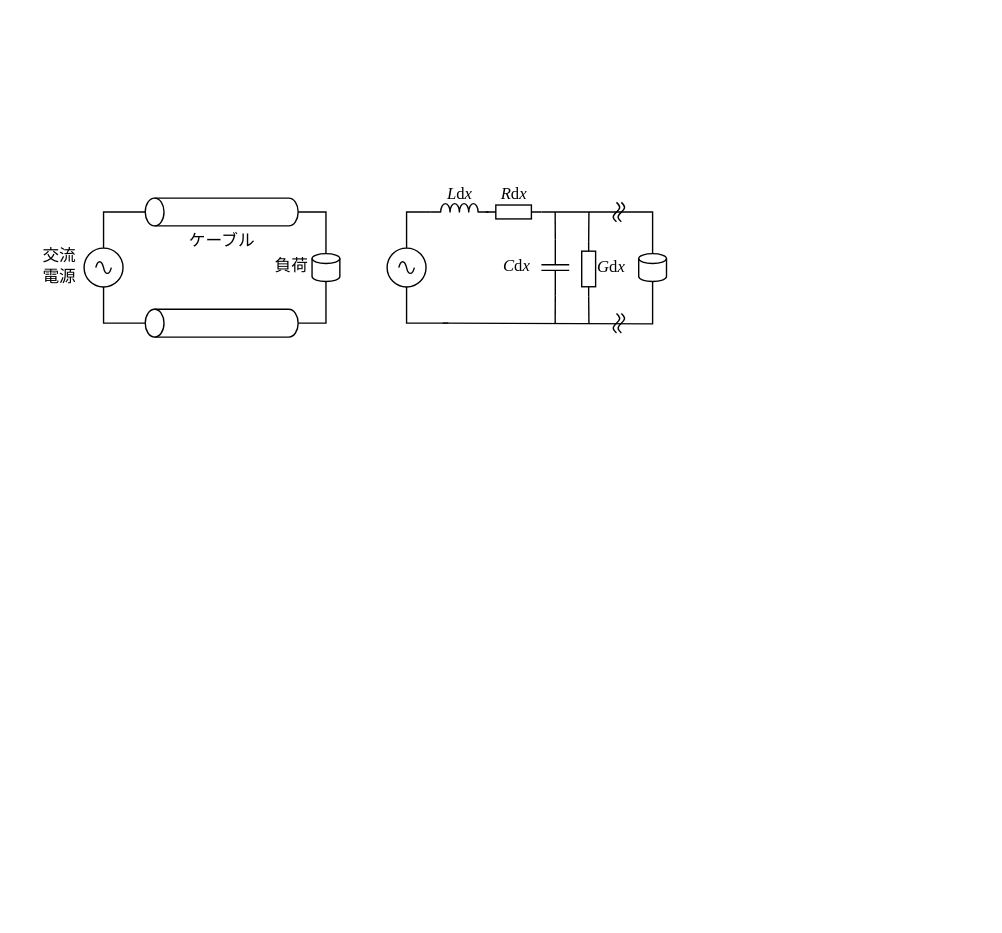
kuma003/physics_experiment_2 keeps this draw.io diagram as 5/img/imgs.drawio. Above is the earlier version. Source tidied: cells renumbered, new cells numbered last; positions are measured from the earlier drawing's top-left corner, leaving out a move shared by most shapes. Both pictures are drawn from the tidied source at 139%, with x=0, y=0 at pixel (24, 135).
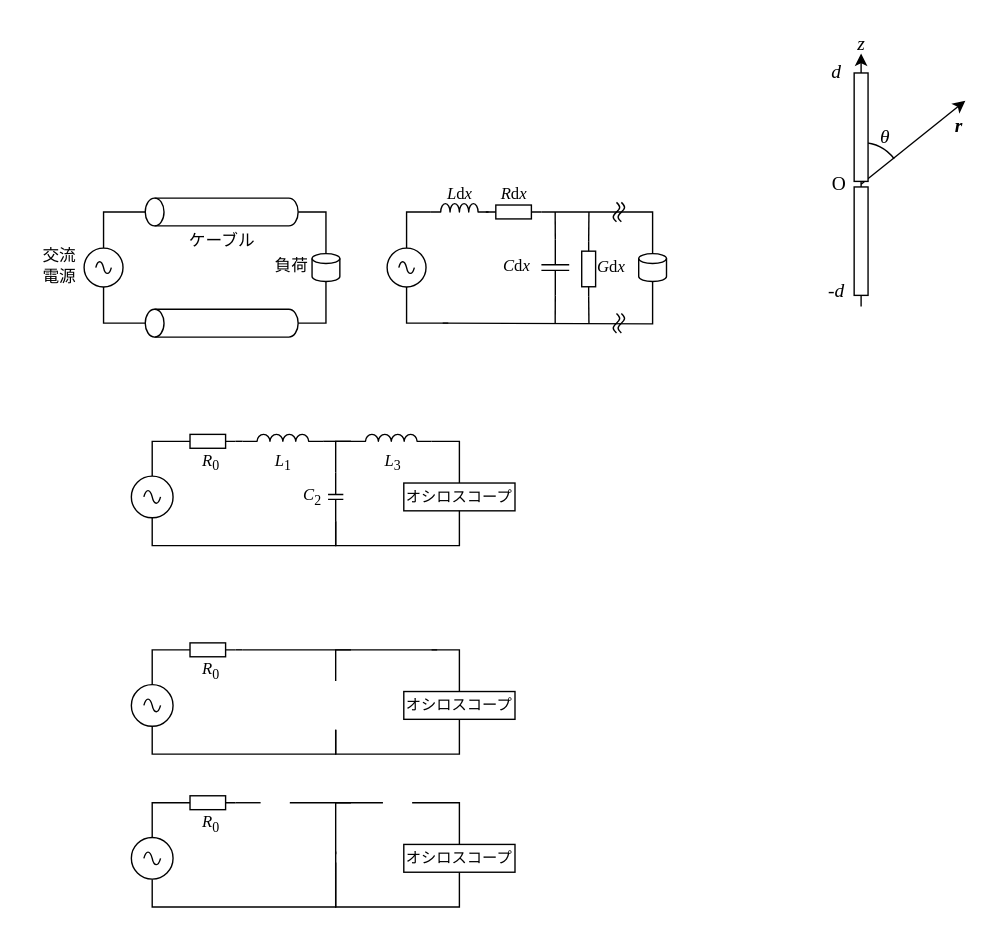
After the change.

What changed in the source:
```diff
@@
+    <mxCell id="35" style="endArrow=classic;html=1;rounded=0;" parent="1" edge="1">
+      <mxGeometry relative="1" as="geometry">
+        <mxPoint x="602" y="35" as="sourcePoint" />
+        <mxPoint x="677" y="-25" as="targetPoint" />
+      </mxGeometry>
+    </mxCell>
+    <mxCell id="36" style="verticalLabelPosition=bottom;verticalAlign=top;html=1;shape=mxgraph.basic.arc;startAngle=0.004243126228369242;endAngle=0.14564279991992365;" parent="1" vertex="1">
+      <mxGeometry x="572" y="5" width="60" height="60" as="geometry" />
+    </mxCell>
+    <mxCell id="37" style="endArrow=classic;html=1;rounded=0;" parent="1" edge="1">
+      <mxGeometry relative="1" as="geometry">
+        <mxPoint x="602" y="123" as="sourcePoint" />
+        <mxPoint x="602" y="-59" as="targetPoint" />
+      </mxGeometry>
+    </mxCell>
@@
+    <mxCell id="38" style="rounded=0;whiteSpace=wrap;html=1;" parent="1" vertex="1">
+      <mxGeometry x="597" y="-45" width="10" height="78" as="geometry" />
+    </mxCell>
+    <mxCell id="39" style="rounded=0;whiteSpace=wrap;html=1;" parent="1" vertex="1">
+      <mxGeometry x="597" y="37" width="10" height="78" as="geometry" />
+    </mxCell>
+    <mxCell id="40" value="&lt;i&gt;&lt;font style=&quot;font-size: 14px;&quot; face=&quot;Times New Roman&quot;&gt;z&lt;/font&gt;&lt;/i&gt;" style="text;html=1;align=center;verticalAlign=middle;strokeColor=none;fillColor=none;" parent="1" vertex="1">
+      <mxGeometry x="587" y="-80" width="30" height="30" as="geometry" />
+    </mxCell>
+    <mxCell id="41" value="&lt;font style=&quot;font-size: 14px;&quot; face=&quot;Times New Roman&quot;&gt;&lt;i&gt;θ&lt;/i&gt;&lt;/font&gt;" style="text;html=1;align=center;verticalAlign=middle;strokeColor=none;fillColor=none;" parent="1" vertex="1">
+      <mxGeometry x="604" y="-13" width="30" height="30" as="geometry" />
+    </mxCell>
+    <mxCell id="42" value="&lt;font style=&quot;font-size: 14px;&quot; face=&quot;Times New Roman&quot;&gt;&lt;i&gt;&lt;b&gt;r&lt;/b&gt;&lt;/i&gt;&lt;/font&gt;" style="text;html=1;align=center;verticalAlign=middle;strokeColor=none;fillColor=none;" parent="1" vertex="1">
+      <mxGeometry x="657" y="-21" width="30" height="30" as="geometry" />
+    </mxCell>
+    <mxCell id="43" value="&lt;font style=&quot;font-size: 14px;&quot; face=&quot;Times New Roman&quot;&gt;&lt;i&gt;d&lt;/i&gt;&lt;/font&gt;" style="text;html=1;align=center;verticalAlign=middle;strokeColor=none;fillColor=none;" parent="1" vertex="1">
+      <mxGeometry x="569" y="-60" width="30" height="30" as="geometry" />
+    </mxCell>
+    <mxCell id="44" value="&lt;font style=&quot;font-size: 14px;&quot; face=&quot;Times New Roman&quot;&gt;-&lt;i&gt;d&lt;/i&gt;&lt;/font&gt;" style="text;html=1;align=center;verticalAlign=middle;strokeColor=none;fillColor=none;" parent="1" vertex="1">
+      <mxGeometry x="564" y="98" width="40" height="30" as="geometry" />
+    </mxCell>
+    <mxCell id="45" value="&lt;font face=&quot;Times New Roman&quot;&gt;&lt;span style=&quot;font-size: 14px;&quot;&gt;O&lt;/span&gt;&lt;/font&gt;" style="text;html=1;align=center;verticalAlign=middle;strokeColor=none;fillColor=none;" parent="1" vertex="1">
+      <mxGeometry x="571" y="21" width="30" height="30" as="geometry" />
+    </mxCell>
+    <mxCell id="46" style="verticalLabelPosition=bottom;shadow=0;dashed=0;align=center;html=1;verticalAlign=top;shape=mxgraph.electrical.signal_sources.source;points=[[0.5,0,0],[1,0.5,0],[0.5,1,0],[0,0.5,0]];elSignalType=ac;" parent="1" vertex="1">
+      <mxGeometry x="77" y="245" width="30" height="30" as="geometry" />
+    </mxCell>
+    <mxCell id="47" style="verticalLabelPosition=bottom;shadow=0;dashed=0;align=center;html=1;verticalAlign=top;shape=mxgraph.electrical.resistors.resistor_1;" parent="1" vertex="1">
+      <mxGeometry x="112" y="215" width="40" height="10" as="geometry" />
+    </mxCell>
+    <mxCell id="48" style="edgeStyle=orthogonalEdgeStyle;rounded=0;jettySize=auto;html=1;entryX=0.5;entryY=0;entryDx=0;entryDy=0;entryPerimeter=0;endArrow=none;endFill=0;" parent="1" edge="1" source="47" target="46">
+      <mxGeometry relative="1" as="geometry" />
+    </mxCell>
+    <mxCell id="49" style="rounded=0;jettySize=auto;html=1;exitX=1;exitY=0.5;exitDx=0;exitDy=0;exitPerimeter=0;entryX=0;entryY=1;entryDx=0;entryDy=0;entryPerimeter=0;endArrow=none;endFill=0;" parent="1" edge="1" source="47" target="50">
+      <mxGeometry relative="1" as="geometry" />
+    </mxCell>
+    <mxCell id="50" style="verticalLabelPosition=bottom;shadow=0;dashed=0;align=center;html=1;verticalAlign=top;shape=mxgraph.electrical.inductors.inductor_3;" parent="1" vertex="1">
+      <mxGeometry x="157" y="215" width="58" height="5" as="geometry" />
+    </mxCell>
+    <mxCell id="51" style="edgeStyle=orthogonalEdgeStyle;rounded=0;jettySize=auto;html=1;exitX=1;exitY=1;exitDx=0;exitDy=0;exitPerimeter=0;entryX=0.5;entryY=0;entryDx=0;entryDy=0;endArrow=none;endFill=0;" parent="1" edge="1" source="52" target="57">
+      <mxGeometry relative="1" as="geometry" />
+    </mxCell>
+    <mxCell id="52" style="verticalLabelPosition=bottom;shadow=0;dashed=0;align=center;html=1;verticalAlign=top;shape=mxgraph.electrical.inductors.inductor_3;" parent="1" vertex="1">
+      <mxGeometry x="235" y="215" width="58" height="5" as="geometry" />
+    </mxCell>
+    <mxCell id="53" style="edgeStyle=orthogonalEdgeStyle;rounded=0;jettySize=auto;html=1;exitX=1;exitY=1;exitDx=0;exitDy=0;exitPerimeter=0;entryX=0;entryY=1;entryDx=0;entryDy=0;entryPerimeter=0;endArrow=none;endFill=0;" parent="1" edge="1" source="50" target="52">
+      <mxGeometry relative="1" as="geometry" />
+    </mxCell>
+    <mxCell id="54" style="rounded=0;jettySize=auto;html=1;endArrow=none;endFill=0;exitX=0;exitY=0.5;exitDx=0;exitDy=0;exitPerimeter=0;entryX=0;entryY=1;entryDx=0;entryDy=0;entryPerimeter=0;" parent="1" edge="1" source="55" target="52">
+      <mxGeometry relative="1" as="geometry">
+        <Array as="points">
+          <mxPoint x="224" y="220" />
+        </Array>
+      </mxGeometry>
+    </mxCell>
+    <mxCell id="55" style="verticalLabelPosition=bottom;shadow=0;dashed=0;align=center;html=1;verticalAlign=top;shape=mxgraph.electrical.capacitors.capacitor_1;rotation=90;" parent="1" vertex="1">
+      <mxGeometry x="206.5" y="254.5" width="35" height="11" as="geometry" />
+    </mxCell>
+    <mxCell id="56" style="edgeStyle=orthogonalEdgeStyle;rounded=0;jettySize=auto;html=1;exitX=0.5;exitY=1;exitDx=0;exitDy=0;exitPerimeter=0;entryX=1;entryY=0.5;entryDx=0;entryDy=0;entryPerimeter=0;endArrow=none;endFill=0;" parent="1" edge="1" source="46" target="55">
+      <mxGeometry relative="1" as="geometry" />
+    </mxCell>
+    <mxCell id="57" value="&lt;font style=&quot;font-size: 11px;&quot;&gt;オシロスコープ&lt;/font&gt;" style="rounded=0;whiteSpace=wrap;html=1;" parent="1" vertex="1">
+      <mxGeometry x="273" y="250" width="80" height="20" as="geometry" />
+    </mxCell>
+    <mxCell id="58" style="edgeStyle=orthogonalEdgeStyle;rounded=0;jettySize=auto;html=1;entryX=1;entryY=0.5;entryDx=0;entryDy=0;entryPerimeter=0;endArrow=none;endFill=0;" parent="1" edge="1" source="57" target="55">
+      <mxGeometry relative="1" as="geometry">
+        <Array as="points">
+          <mxPoint x="313" y="295" />
+          <mxPoint x="224" y="295" />
+        </Array>
+      </mxGeometry>
+    </mxCell>
+    <mxCell id="59" value="&lt;font face=&quot;Times New Roman&quot;&gt;&lt;i&gt;R&lt;/i&gt;&lt;sub&gt;0&lt;/sub&gt;&lt;/font&gt;" style="text;html=1;align=center;verticalAlign=middle;strokeColor=none;fillColor=none;" parent="1" vertex="1">
+      <mxGeometry x="114" y="220" width="40" height="30" as="geometry" />
+    </mxCell>
+    <mxCell id="60" value="&lt;font face=&quot;Times New Roman&quot;&gt;&lt;i&gt;L&lt;/i&gt;&lt;sub&gt;1&lt;/sub&gt;&lt;/font&gt;" style="text;html=1;align=center;verticalAlign=middle;strokeColor=none;fillColor=none;" parent="1" vertex="1">
+      <mxGeometry x="166" y="220" width="40" height="30" as="geometry" />
+    </mxCell>
+    <mxCell id="61" value="&lt;font face=&quot;Times New Roman&quot;&gt;&lt;i&gt;L&lt;/i&gt;&lt;sub&gt;3&lt;/sub&gt;&lt;/font&gt;" style="text;html=1;align=center;verticalAlign=middle;strokeColor=none;fillColor=none;" parent="1" vertex="1">
+      <mxGeometry x="245" y="220" width="40" height="30" as="geometry" />
+    </mxCell>
+    <mxCell id="62" value="&lt;font face=&quot;Times New Roman&quot;&gt;&lt;i&gt;C&lt;/i&gt;&lt;sub&gt;2&lt;/sub&gt;&lt;/font&gt;" style="text;html=1;align=center;verticalAlign=middle;strokeColor=none;fillColor=none;" parent="1" vertex="1">
+      <mxGeometry x="187" y="245" width="40" height="30" as="geometry" />
+    </mxCell>
+    <mxCell id="63" style="verticalLabelPosition=bottom;shadow=0;dashed=0;align=center;html=1;verticalAlign=top;shape=mxgraph.electrical.signal_sources.source;points=[[0.5,0,0],[1,0.5,0],[0.5,1,0],[0,0.5,0]];elSignalType=ac;" parent="1" vertex="1">
+      <mxGeometry x="77" y="395" width="30" height="30" as="geometry" />
+    </mxCell>
+    <mxCell id="64" style="verticalLabelPosition=bottom;shadow=0;dashed=0;align=center;html=1;verticalAlign=top;shape=mxgraph.electrical.resistors.resistor_1;" parent="1" vertex="1">
+      <mxGeometry x="112" y="365" width="40" height="10" as="geometry" />
+    </mxCell>
+    <mxCell id="65" style="edgeStyle=orthogonalEdgeStyle;rounded=0;jettySize=auto;html=1;entryX=0.5;entryY=0;entryDx=0;entryDy=0;entryPerimeter=0;endArrow=none;endFill=0;" parent="1" edge="1" source="64" target="63">
+      <mxGeometry relative="1" as="geometry" />
+    </mxCell>
+    <mxCell id="66" style="rounded=0;jettySize=auto;html=1;exitX=1;exitY=0.5;exitDx=0;exitDy=0;exitPerimeter=0;entryX=0;entryY=1;entryDx=0;entryDy=0;entryPerimeter=0;endArrow=none;endFill=0;" parent="1" edge="1" source="64">
+      <mxGeometry relative="1" as="geometry">
+        <mxPoint x="157" y="370" as="targetPoint" />
+      </mxGeometry>
+    </mxCell>
+    <mxCell id="67" style="edgeStyle=orthogonalEdgeStyle;rounded=0;jettySize=auto;html=1;exitX=1;exitY=1;exitDx=0;exitDy=0;exitPerimeter=0;entryX=0.5;entryY=0;entryDx=0;entryDy=0;endArrow=none;endFill=0;" parent="1" edge="1" target="71">
+      <mxGeometry relative="1" as="geometry">
+        <mxPoint x="293" y="370" as="sourcePoint" />
+      </mxGeometry>
+    </mxCell>
+    <mxCell id="68" style="edgeStyle=orthogonalEdgeStyle;rounded=0;orthogonalLoop=1;jettySize=auto;html=1;endArrow=none;endFill=0;" parent="1" edge="1">
+      <mxGeometry relative="1" as="geometry">
+        <mxPoint x="157" y="370" as="sourcePoint" />
+        <mxPoint x="297" y="370" as="targetPoint" />
+      </mxGeometry>
+    </mxCell>
+    <mxCell id="69" style="rounded=0;orthogonalLoop=1;jettySize=auto;html=1;endArrow=none;endFill=0;exitX=0;exitY=0.5;exitDx=0;exitDy=0;exitPerimeter=0;entryX=0;entryY=1;entryDx=0;entryDy=0;entryPerimeter=0;" parent="1" edge="1">
+      <mxGeometry relative="1" as="geometry">
+        <mxPoint x="224" y="392.5" as="sourcePoint" />
+        <mxPoint x="235" y="370" as="targetPoint" />
+        <Array as="points">
+          <mxPoint x="224" y="370" />
+        </Array>
+      </mxGeometry>
+    </mxCell>
+    <mxCell id="70" style="edgeStyle=orthogonalEdgeStyle;rounded=0;jettySize=auto;html=1;exitX=0.5;exitY=1;exitDx=0;exitDy=0;exitPerimeter=0;entryX=1;entryY=0.5;entryDx=0;entryDy=0;entryPerimeter=0;endArrow=none;endFill=0;" parent="1" edge="1" source="63">
+      <mxGeometry relative="1" as="geometry">
+        <mxPoint x="224" y="427.5" as="targetPoint" />
+        <Array as="points">
+          <mxPoint x="92" y="445" />
+          <mxPoint x="224" y="445" />
+        </Array>
+      </mxGeometry>
+    </mxCell>
+    <mxCell id="71" value="&lt;font style=&quot;font-size: 11px;&quot;&gt;オシロスコープ&lt;/font&gt;" style="rounded=0;whiteSpace=wrap;html=1;" parent="1" vertex="1">
+      <mxGeometry x="273" y="400" width="80" height="20" as="geometry" />
+    </mxCell>
+    <mxCell id="72" style="edgeStyle=orthogonalEdgeStyle;rounded=0;jettySize=auto;html=1;entryX=1;entryY=0.5;entryDx=0;entryDy=0;entryPerimeter=0;endArrow=none;endFill=0;" parent="1" edge="1" source="71">
+      <mxGeometry relative="1" as="geometry">
+        <mxPoint x="224" y="427.5" as="targetPoint" />
+        <Array as="points">
+          <mxPoint x="313" y="445" />
+          <mxPoint x="224" y="445" />
+        </Array>
+      </mxGeometry>
+    </mxCell>
+    <mxCell id="73" value="&lt;font face=&quot;Times New Roman&quot;&gt;&lt;i&gt;R&lt;/i&gt;&lt;sub&gt;0&lt;/sub&gt;&lt;/font&gt;" style="text;html=1;align=center;verticalAlign=middle;strokeColor=none;fillColor=none;" parent="1" vertex="1">
+      <mxGeometry x="114" y="370" width="40" height="30" as="geometry" />
+    </mxCell>
+    <mxCell id="74" style="edgeStyle=orthogonalEdgeStyle;rounded=0;jettySize=auto;html=1;entryX=0.5;entryY=0;entryDx=0;entryDy=0;entryPerimeter=0;endArrow=none;endFill=0;" parent="1" edge="1" source="82" target="81">
+      <mxGeometry relative="1" as="geometry" />
+    </mxCell>
+    <mxCell id="75" style="rounded=0;jettySize=auto;html=1;exitX=1;exitY=0.5;exitDx=0;exitDy=0;exitPerimeter=0;endArrow=none;endFill=0;" parent="1" edge="1" source="82">
+      <mxGeometry relative="1" as="geometry">
+        <mxPoint x="170" y="480" as="targetPoint" />
+      </mxGeometry>
+    </mxCell>
+    <mxCell id="76" style="edgeStyle=orthogonalEdgeStyle;rounded=0;jettySize=auto;html=1;entryX=0.5;entryY=0;entryDx=0;entryDy=0;endArrow=none;endFill=0;" parent="1" edge="1" target="83">
+      <mxGeometry relative="1" as="geometry">
+        <mxPoint x="279" y="480" as="sourcePoint" />
+        <Array as="points">
+          <mxPoint x="313" y="480" />
+        </Array>
+      </mxGeometry>
+    </mxCell>
+    <mxCell id="77" style="edgeStyle=orthogonalEdgeStyle;rounded=0;orthogonalLoop=1;jettySize=auto;html=1;entryX=0;entryY=1;entryDx=0;entryDy=0;entryPerimeter=0;endArrow=none;endFill=0;" parent="1" edge="1">
+      <mxGeometry relative="1" as="geometry">
+        <mxPoint x="191" y="480" as="sourcePoint" />
+        <mxPoint x="235" y="480" as="targetPoint" />
+      </mxGeometry>
+    </mxCell>
+    <mxCell id="78" style="rounded=0;orthogonalLoop=1;jettySize=auto;html=1;endArrow=none;endFill=0;exitX=0;exitY=0.5;exitDx=0;exitDy=0;exitPerimeter=0;" parent="1" edge="1">
+      <mxGeometry relative="1" as="geometry">
+        <mxPoint x="224" y="517" as="sourcePoint" />
+        <mxPoint x="258" y="480" as="targetPoint" />
+        <Array as="points">
+          <mxPoint x="224" y="480" />
+        </Array>
+      </mxGeometry>
+    </mxCell>
+    <mxCell id="79" style="edgeStyle=orthogonalEdgeStyle;rounded=0;jettySize=auto;html=1;exitX=0.5;exitY=1;exitDx=0;exitDy=0;exitPerimeter=0;endArrow=none;endFill=0;" parent="1" edge="1" source="81">
+      <mxGeometry relative="1" as="geometry">
+        <mxPoint x="224" y="515" as="targetPoint" />
+        <Array as="points">
+          <mxPoint x="92" y="555" />
+          <mxPoint x="224" y="555" />
+        </Array>
+      </mxGeometry>
+    </mxCell>
+    <mxCell id="80" style="edgeStyle=orthogonalEdgeStyle;rounded=0;jettySize=auto;html=1;entryX=1;entryY=0.5;entryDx=0;entryDy=0;entryPerimeter=0;endArrow=none;endFill=0;" parent="1" edge="1" source="83">
+      <mxGeometry relative="1" as="geometry">
+        <mxPoint x="224" y="523" as="targetPoint" />
+        <Array as="points">
+          <mxPoint x="313" y="555" />
+          <mxPoint x="224" y="555" />
+        </Array>
+      </mxGeometry>
+    </mxCell>
+    <mxCell id="81" style="verticalLabelPosition=bottom;shadow=0;dashed=0;align=center;html=1;verticalAlign=top;shape=mxgraph.electrical.signal_sources.source;points=[[0.5,0,0],[1,0.5,0],[0.5,1,0],[0,0.5,0]];elSignalType=ac;" parent="1" vertex="1">
+      <mxGeometry x="77" y="505" width="30" height="30" as="geometry" />
+    </mxCell>
+    <mxCell id="82" style="verticalLabelPosition=bottom;shadow=0;dashed=0;align=center;html=1;verticalAlign=top;shape=mxgraph.electrical.resistors.resistor_1;" parent="1" vertex="1">
+      <mxGeometry x="112" y="475" width="40" height="10" as="geometry" />
+    </mxCell>
+    <mxCell id="83" value="&lt;font style=&quot;font-size: 11px;&quot;&gt;オシロスコープ&lt;/font&gt;" style="rounded=0;whiteSpace=wrap;html=1;" parent="1" vertex="1">
+      <mxGeometry x="273" y="510" width="80" height="20" as="geometry" />
+    </mxCell>
+    <mxCell id="84" value="&lt;font face=&quot;Times New Roman&quot;&gt;&lt;i&gt;R&lt;/i&gt;&lt;sub&gt;0&lt;/sub&gt;&lt;/font&gt;" style="text;html=1;align=center;verticalAlign=middle;strokeColor=none;fillColor=none;" parent="1" vertex="1">
+      <mxGeometry x="114" y="480" width="40" height="30" as="geometry" />
+    </mxCell>
```
